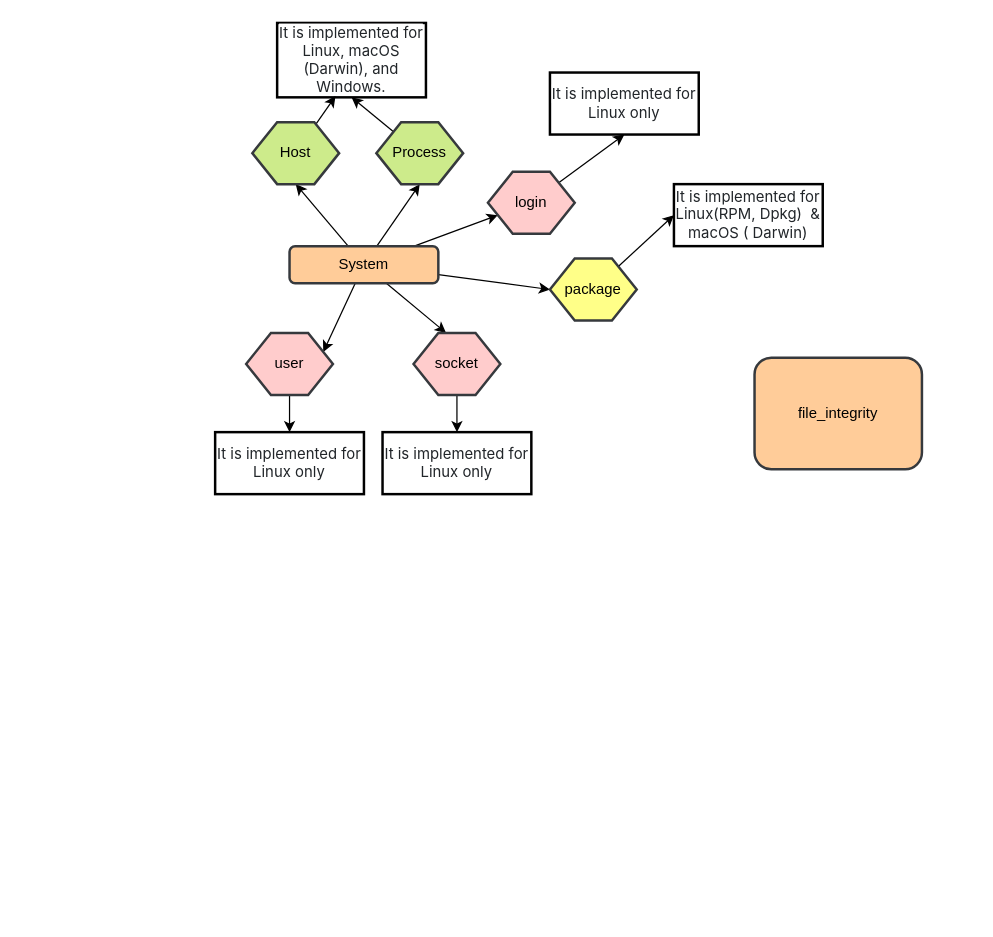
paramothers/books keeps this draw.io diagram as page "Modules" (4 of 5) of My Articles/elastic stack/Audit Beat Understanding.drawio. Above is the earlier version. Source tidied: cells renumbered, new cells numbered last; positions are measured from the earlier drawing's top-left corner, leaving out a move shared by most shapes. Both pictures are drawn from the tidied source at 124%, with x=0, y=0 at pixel (215, 22).
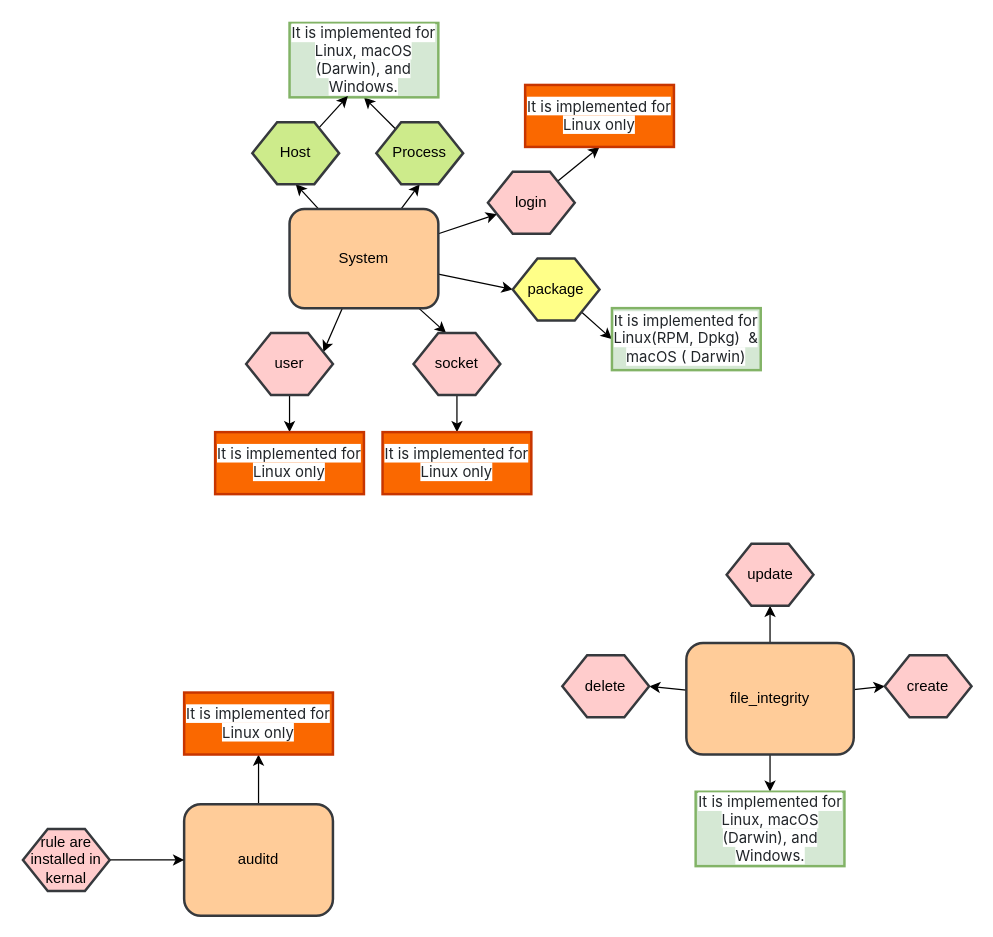
The same page after the edit.

Change to the diagram source:
```diff
@@
     <mxCell id="8" value="System" style="rounded=1;whiteSpace=wrap;html=1;strokeColor=#36393d;strokeWidth=2;fillColor=#ffcc99;" parent="1" vertex="1">
-      <mxGeometry x="60" y="180" width="120" height="30" as="geometry" />
+      <mxGeometry x="60" y="150" width="120" height="80" as="geometry" />
     </mxCell>
@@
-    <mxCell id="11" value="&lt;span style=&quot;color: rgb(33 , 37 , 41) ; font-family: &amp;#34;inter&amp;#34; , sans-serif ; text-align: left ; background-color: rgb(255 , 255 , 255)&quot;&gt;&lt;font style=&quot;font-size: 12px&quot;&gt;It is implemented for Linux, macOS (Darwin), and Windows.&lt;/font&gt;&lt;/span&gt;" style="rounded=0;whiteSpace=wrap;html=1;strokeColor=#000000;strokeWidth=2;" parent="1" vertex="1">
-      <mxGeometry x="50" width="120" height="60" as="geometry" />
+    <mxCell id="11" value="&lt;span style=&quot;color: rgb(33 , 37 , 41) ; font-family: &amp;#34;inter&amp;#34; , sans-serif ; text-align: left ; background-color: rgb(255 , 255 , 255)&quot;&gt;&lt;font style=&quot;font-size: 12px&quot;&gt;It is implemented for Linux, macOS (Darwin), and Windows.&lt;/font&gt;&lt;/span&gt;" style="rounded=0;whiteSpace=wrap;html=1;strokeColor=#82b366;strokeWidth=2;fillColor=#d5e8d4;" parent="1" vertex="1">
+      <mxGeometry x="60" width="120" height="60" as="geometry" />
     </mxCell>
@@
-    <mxCell id="16" value="&lt;span style=&quot;color: rgb(33 , 37 , 41) ; font-family: &amp;#34;inter&amp;#34; , sans-serif ; text-align: left ; background-color: rgb(255 , 255 , 255)&quot;&gt;&lt;font style=&quot;font-size: 12px&quot;&gt;It is implemented for Linux only&lt;/font&gt;&lt;/span&gt;" style="rounded=0;whiteSpace=wrap;html=1;strokeColor=#000000;strokeWidth=2;" parent="1" vertex="1">
-      <mxGeometry x="270" y="40" width="120" height="50" as="geometry" />
+    <mxCell id="16" value="&lt;span style=&quot;color: rgb(33 , 37 , 41) ; font-family: &amp;#34;inter&amp;#34; , sans-serif ; text-align: left ; background-color: rgb(255 , 255 , 255)&quot;&gt;&lt;font style=&quot;font-size: 12px&quot;&gt;It is implemented for Linux only&lt;/font&gt;&lt;/span&gt;" style="rounded=0;whiteSpace=wrap;html=1;strokeColor=#C73500;strokeWidth=2;fillColor=#fa6800;fontColor=#ffffff;" parent="1" vertex="1">
+      <mxGeometry x="250" y="50" width="120" height="50" as="geometry" />
     </mxCell>
@@
     <mxCell id="18" value="package" style="shape=hexagon;perimeter=hexagonPerimeter2;whiteSpace=wrap;html=1;fixedSize=1;strokeColor=#36393d;strokeWidth=2;fillColor=#ffff88;" parent="1" vertex="1">
-      <mxGeometry x="270" y="190" width="70" height="50" as="geometry" />
+      <mxGeometry x="240" y="190" width="70" height="50" as="geometry" />
     </mxCell>
-    <mxCell id="19" value="&lt;span style=&quot;color: rgb(33 , 37 , 41) ; font-family: &amp;#34;inter&amp;#34; , sans-serif ; text-align: left ; background-color: rgb(255 , 255 , 255)&quot;&gt;&lt;font style=&quot;font-size: 12px&quot;&gt;It is implemented for Linux(RPM, Dpkg)&amp;nbsp; &amp;amp; macOS ( Darwin)&lt;/font&gt;&lt;/span&gt;" style="rounded=0;whiteSpace=wrap;html=1;strokeColor=#000000;strokeWidth=2;" parent="1" vertex="1">
-      <mxGeometry x="370" y="130" width="120" height="50" as="geometry" />
+    <mxCell id="19" value="&lt;span style=&quot;color: rgb(33 , 37 , 41) ; font-family: &amp;#34;inter&amp;#34; , sans-serif ; text-align: left ; background-color: rgb(255 , 255 , 255)&quot;&gt;&lt;font style=&quot;font-size: 12px&quot;&gt;It is implemented for Linux(RPM, Dpkg)&amp;nbsp; &amp;amp; macOS ( Darwin)&lt;/font&gt;&lt;/span&gt;" style="rounded=0;whiteSpace=wrap;html=1;strokeColor=#82b366;strokeWidth=2;fillColor=#d5e8d4;" parent="1" vertex="1">
+      <mxGeometry x="320" y="230" width="120" height="50" as="geometry" />
     </mxCell>
@@
-    <mxCell id="22" value="&lt;span style=&quot;color: rgb(33 , 37 , 41) ; font-family: &amp;#34;inter&amp;#34; , sans-serif ; text-align: left ; background-color: rgb(255 , 255 , 255)&quot;&gt;&lt;font style=&quot;font-size: 12px&quot;&gt;It is implemented for Linux only&lt;/font&gt;&lt;/span&gt;" style="rounded=0;whiteSpace=wrap;html=1;strokeColor=#000000;strokeWidth=2;" parent="1" vertex="1">
+    <mxCell id="22" value="&lt;span style=&quot;color: rgb(33 , 37 , 41) ; font-family: &amp;#34;inter&amp;#34; , sans-serif ; text-align: left ; background-color: rgb(255 , 255 , 255)&quot;&gt;&lt;font style=&quot;font-size: 12px&quot;&gt;It is implemented for Linux only&lt;/font&gt;&lt;/span&gt;" style="rounded=0;whiteSpace=wrap;html=1;strokeColor=#C73500;strokeWidth=2;fillColor=#fa6800;fontColor=#ffffff;" parent="1" vertex="1">
       <mxGeometry x="135" y="330" width="120" height="50" as="geometry" />
     </mxCell>
@@
-    <mxCell id="25" value="&lt;span style=&quot;color: rgb(33 , 37 , 41) ; font-family: &amp;#34;inter&amp;#34; , sans-serif ; text-align: left ; background-color: rgb(255 , 255 , 255)&quot;&gt;&lt;font style=&quot;font-size: 12px&quot;&gt;It is implemented for Linux only&lt;/font&gt;&lt;/span&gt;" style="rounded=0;whiteSpace=wrap;html=1;strokeColor=#000000;strokeWidth=2;" parent="1" vertex="1">
+    <mxCell id="25" value="&lt;span style=&quot;color: rgb(33 , 37 , 41) ; font-family: &amp;#34;inter&amp;#34; , sans-serif ; text-align: left ; background-color: rgb(255 , 255 , 255)&quot;&gt;&lt;font style=&quot;font-size: 12px&quot;&gt;It is implemented for Linux only&lt;/font&gt;&lt;/span&gt;" style="rounded=0;whiteSpace=wrap;html=1;strokeColor=#C73500;strokeWidth=2;fillColor=#fa6800;fontColor=#ffffff;" parent="1" vertex="1">
       <mxGeometry y="330" width="120" height="50" as="geometry" />
     </mxCell>
+    <mxCell id="27" style="edgeStyle=none;rounded=0;jettySize=auto;html=1;entryX=1;entryY=0.5;entryDx=0;entryDy=0;" parent="1" edge="1" source="26" target="32">
+      <mxGeometry relative="1" as="geometry" />
+    </mxCell>
+    <mxCell id="28" style="edgeStyle=none;rounded=0;jettySize=auto;html=1;entryX=0;entryY=0.5;entryDx=0;entryDy=0;" parent="1" edge="1" source="26" target="33">
+      <mxGeometry relative="1" as="geometry" />
+    </mxCell>
+    <mxCell id="29" style="edgeStyle=none;rounded=0;jettySize=auto;html=1;entryX=0.5;entryY=1;entryDx=0;entryDy=0;" parent="1" edge="1" source="26" target="31">
+      <mxGeometry relative="1" as="geometry" />
+    </mxCell>
+    <mxCell id="30" style="edgeStyle=none;rounded=0;jettySize=auto;html=1;" parent="1" edge="1" source="26" target="34">
+      <mxGeometry relative="1" as="geometry" />
+    </mxCell>
     <mxCell id="26" value="file_integrity" style="rounded=1;whiteSpace=wrap;html=1;strokeColor=#36393d;strokeWidth=2;fillColor=#ffcc99;" parent="1" vertex="1">
-      <mxGeometry x="435" y="270" width="135" height="90" as="geometry" />
+      <mxGeometry x="380" y="500" width="135" height="90" as="geometry" />
     </mxCell>
+    <mxCell id="31" value="update" style="shape=hexagon;perimeter=hexagonPerimeter2;whiteSpace=wrap;html=1;fixedSize=1;strokeColor=#36393d;strokeWidth=2;fillColor=#ffcccc;" parent="1" vertex="1">
+      <mxGeometry x="412.5" y="420" width="70" height="50" as="geometry" />
+    </mxCell>
+    <mxCell id="32" value="delete" style="shape=hexagon;perimeter=hexagonPerimeter2;whiteSpace=wrap;html=1;fixedSize=1;strokeColor=#36393d;strokeWidth=2;fillColor=#ffcccc;" parent="1" vertex="1">
+      <mxGeometry x="280" y="510" width="70" height="50" as="geometry" />
+    </mxCell>
+    <mxCell id="33" value="create" style="shape=hexagon;perimeter=hexagonPerimeter2;whiteSpace=wrap;html=1;fixedSize=1;strokeColor=#36393d;strokeWidth=2;fillColor=#ffcccc;" parent="1" vertex="1">
+      <mxGeometry x="540" y="510" width="70" height="50" as="geometry" />
+    </mxCell>
+    <mxCell id="34" value="&lt;span style=&quot;color: rgb(33 , 37 , 41) ; font-family: &amp;#34;inter&amp;#34; , sans-serif ; text-align: left ; background-color: rgb(255 , 255 , 255)&quot;&gt;&lt;font style=&quot;font-size: 12px&quot;&gt;It is implemented for Linux, macOS (Darwin), and Windows.&lt;/font&gt;&lt;/span&gt;" style="rounded=0;whiteSpace=wrap;html=1;strokeColor=#82b366;strokeWidth=2;fillColor=#d5e8d4;" parent="1" vertex="1">
+      <mxGeometry x="387.5" y="620" width="120" height="60" as="geometry" />
+    </mxCell>
+    <mxCell id="35" style="edgeStyle=none;rounded=0;jettySize=auto;html=1;entryX=0.5;entryY=1;entryDx=0;entryDy=0;" parent="1" edge="1" source="36" target="37">
+      <mxGeometry relative="1" as="geometry" />
+    </mxCell>
+    <mxCell id="36" value="auditd" style="rounded=1;whiteSpace=wrap;html=1;strokeColor=#36393d;strokeWidth=2;fillColor=#ffcc99;" parent="1" vertex="1">
+      <mxGeometry x="-25" y="630" width="120" height="90" as="geometry" />
+    </mxCell>
+    <mxCell id="37" value="&lt;span style=&quot;color: rgb(33 , 37 , 41) ; font-family: &amp;#34;inter&amp;#34; , sans-serif ; text-align: left ; background-color: rgb(255 , 255 , 255)&quot;&gt;&lt;font style=&quot;font-size: 12px&quot;&gt;It is implemented for Linux only&lt;/font&gt;&lt;/span&gt;" style="rounded=0;whiteSpace=wrap;html=1;strokeColor=#C73500;strokeWidth=2;fillColor=#fa6800;fontColor=#ffffff;" parent="1" vertex="1">
+      <mxGeometry x="-25" y="540" width="120" height="50" as="geometry" />
+    </mxCell>
+    <mxCell id="38" style="edgeStyle=none;rounded=0;jettySize=auto;html=1;entryX=0;entryY=0.5;entryDx=0;entryDy=0;" parent="1" edge="1" source="39" target="36">
+      <mxGeometry relative="1" as="geometry" />
+    </mxCell>
+    <mxCell id="39" value="rule are installed in kernal" style="shape=hexagon;perimeter=hexagonPerimeter2;whiteSpace=wrap;html=1;fixedSize=1;strokeColor=#36393d;strokeWidth=2;fillColor=#ffcccc;" parent="1" vertex="1">
+      <mxGeometry x="-155" y="650" width="70" height="50" as="geometry" />
+    </mxCell>
```
